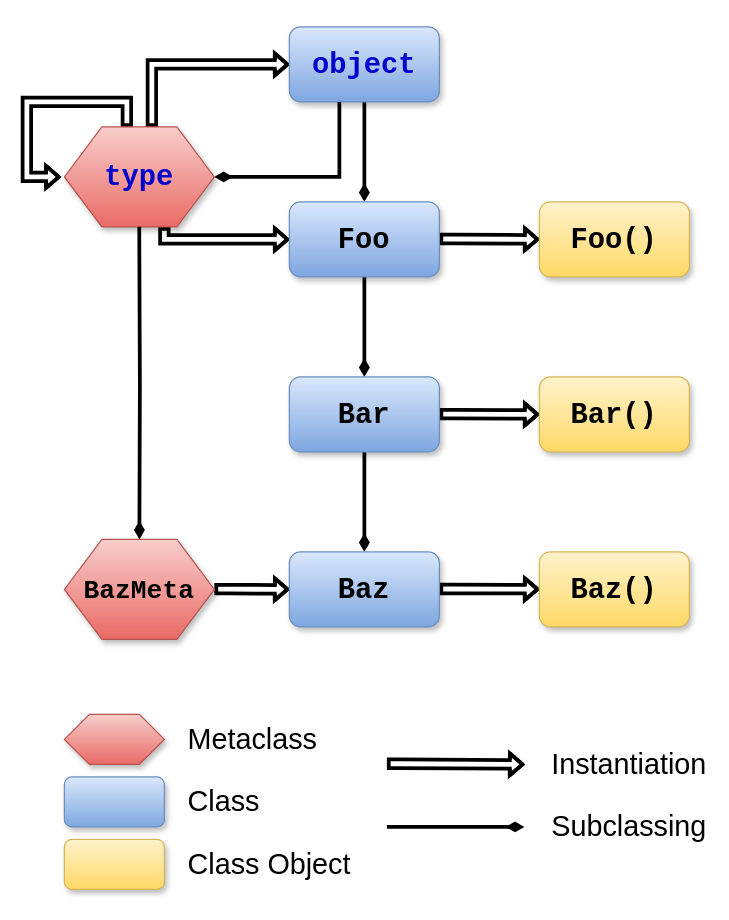
Before: Python/ObjectSystem/en/PythonObjectHierarchy.drawio in andrewsonin/EmbeddedRawContent, a draw.io diagram. Source tidied: cells renumbered, new cells numbered last; positions are measured from the earlier drawing's top-left corner, leaving out a move shared by most shapes. Both pictures are drawn from the tidied source at 125%, with x=0, y=0 at pixel (26, 26).
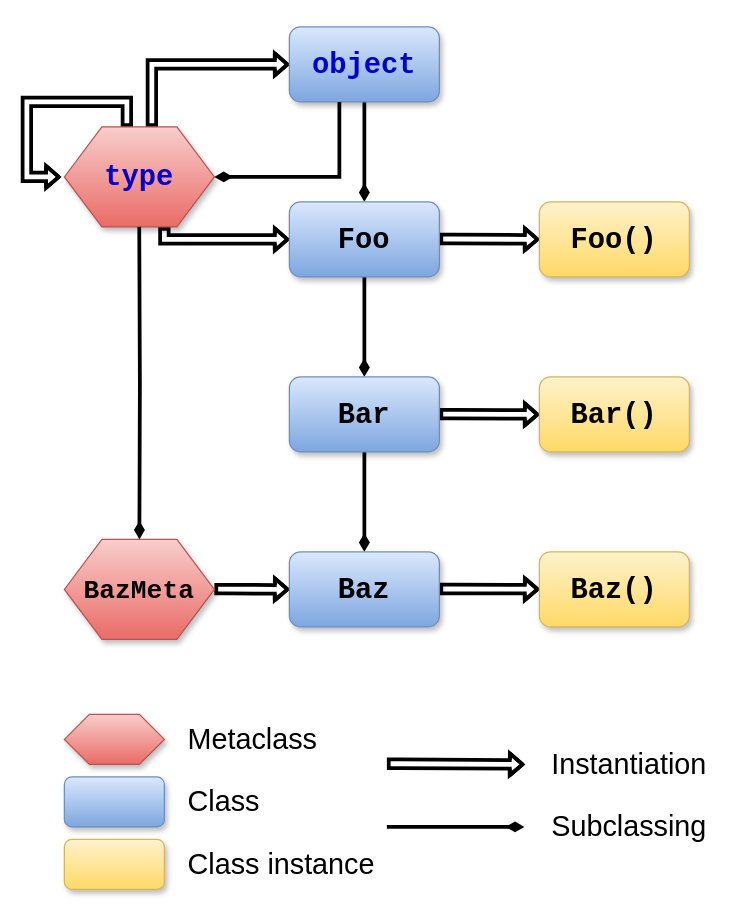
The same diagram, later.

Commit message (it also covers changes not shown here):
'Class Object' to 'Class instance'

What changed in the source:
```diff
@@
-    <mxCell id="28" value="&lt;font&gt;Class Object&lt;/font&gt;" style="text;html=1;strokeColor=none;fillColor=none;align=left;verticalAlign=middle;whiteSpace=wrap;rounded=0;shadow=1;fontSize=23;fontColor=#000000;fontFamily=Helvetica;" parent="1" vertex="1">
-      <mxGeometry x="127" y="660" width="144" height="20" as="geometry" />
+    <mxCell id="28" value="&lt;font&gt;Class instance&lt;/font&gt;" style="text;html=1;strokeColor=none;fillColor=none;align=left;verticalAlign=middle;whiteSpace=wrap;rounded=0;shadow=1;fontSize=23;fontColor=#000000;fontFamily=Helvetica;" parent="1" vertex="1">
+      <mxGeometry x="127" y="660" width="153" height="20" as="geometry" />
     </mxCell>
```
